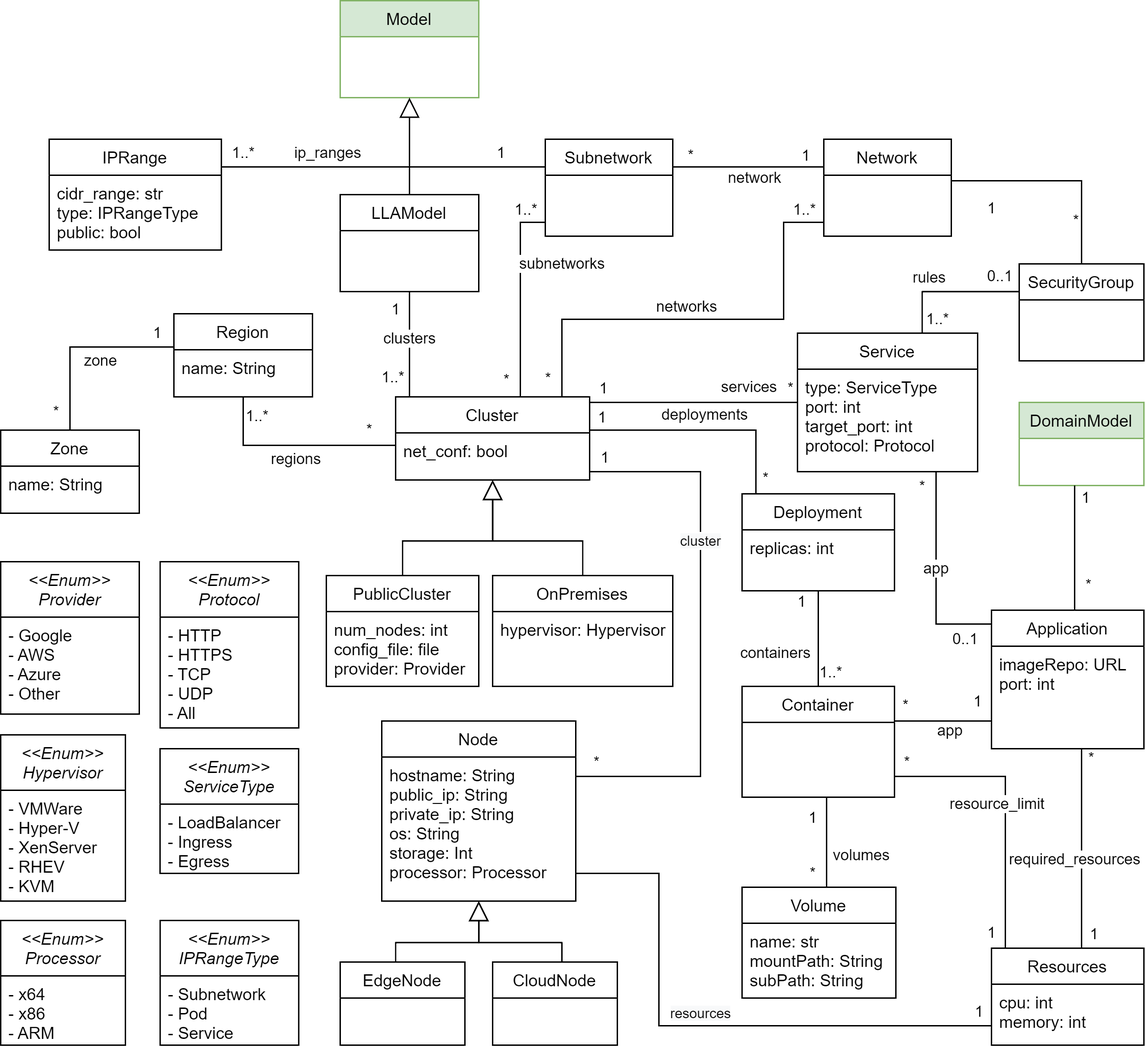
The draw.io diagram docs/source/img/deployment_mm.png in BESSER-PEARL/BESSER, before a commit. Source tidied: cells renumbered, new cells last; positions are measured from the earlier drawing's top-left corner, leaving out a move shared by most shapes.
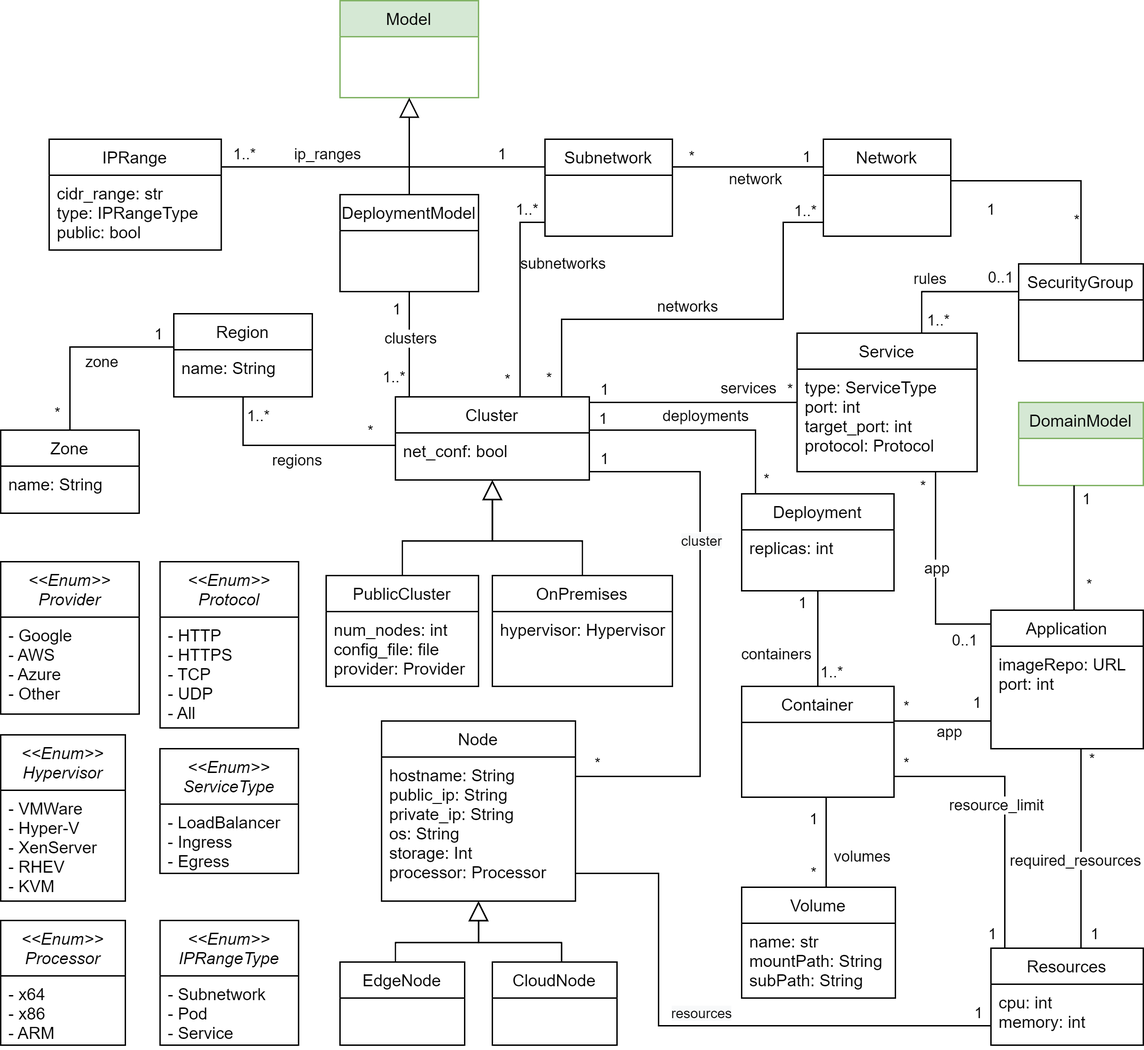
Later version of the same file.

What changed in the source:
```diff
@@ -576,7 +576,7 @@
         <mxPoint x="-16" y="-8" as="offset" />
       </mxGeometry>
     </mxCell>
-    <mxCell id="120" value="LLAModel" style="swimlane;fontStyle=0;horizontal=1;startSize=26;fillColor=none;" parent="1" vertex="1">
+    <mxCell id="120" value="DeploymentModel" style="swimlane;fontStyle=0;horizontal=1;startSize=26;fillColor=none;" parent="1" vertex="1">
       <mxGeometry x="245" y="140" width="100" height="70" as="geometry" />
     </mxCell>
     <mxCell id="121" style="edgeStyle=orthogonalEdgeStyle;rounded=0;jettySize=auto;html=1;fontSize=12;fontColor=#99BEFF;startArrow=none;startFill=0;endArrow=none;endFill=0;" parent="1" edge="1" source="24" target="120">
```
